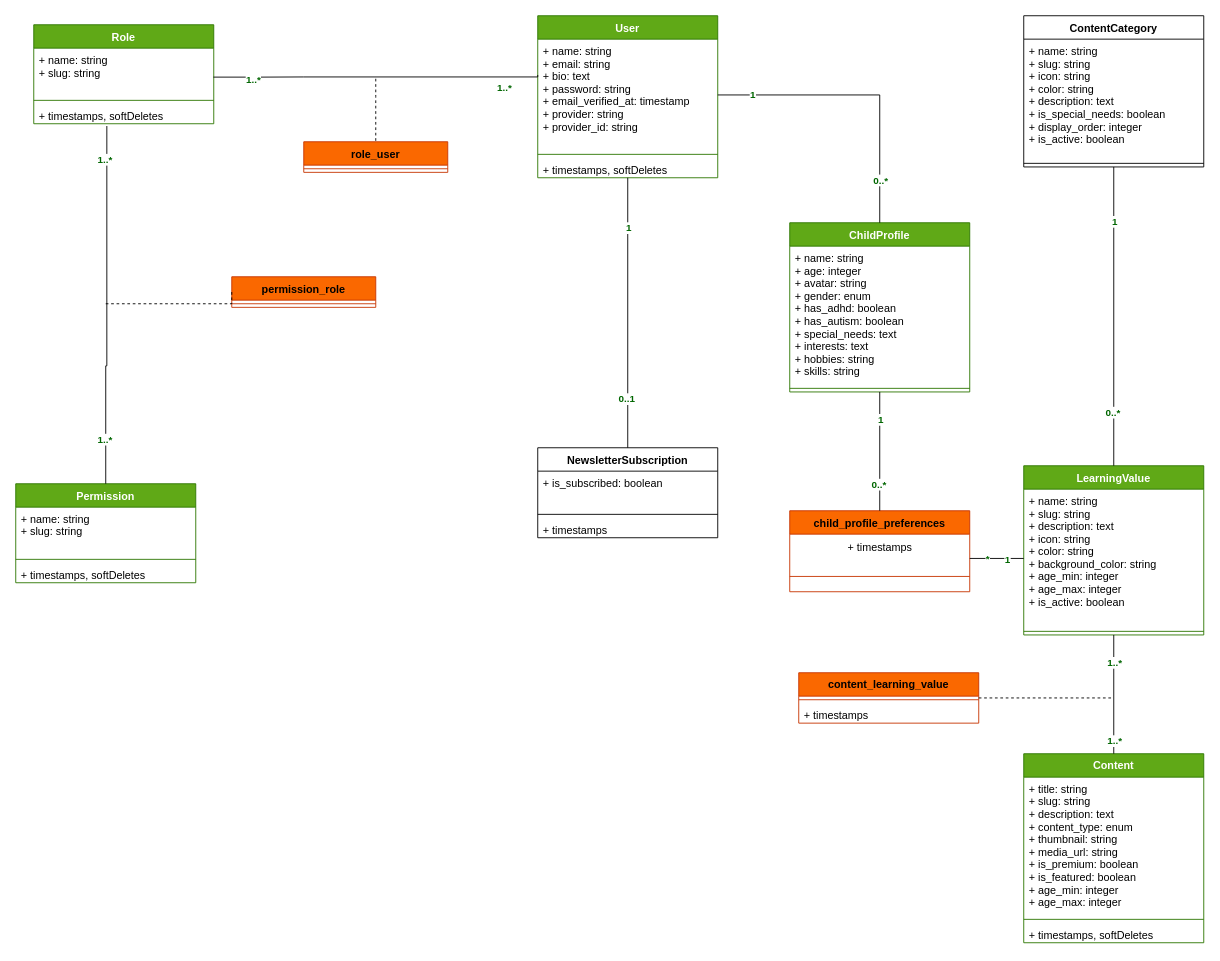
Earlier version of the draw.io diagram page "Class Diagram" (1 of 2) of UML/class.drawio (ettaoussiilyas/KidsGuard). Source tidied: cells renumbered, new cells numbered last; positions are measured from the earlier drawing's top-left corner, leaving out a move shared by most shapes. Both pictures are drawn from the tidied source at 90%, with x=0, y=0 at pixel (15, 15).
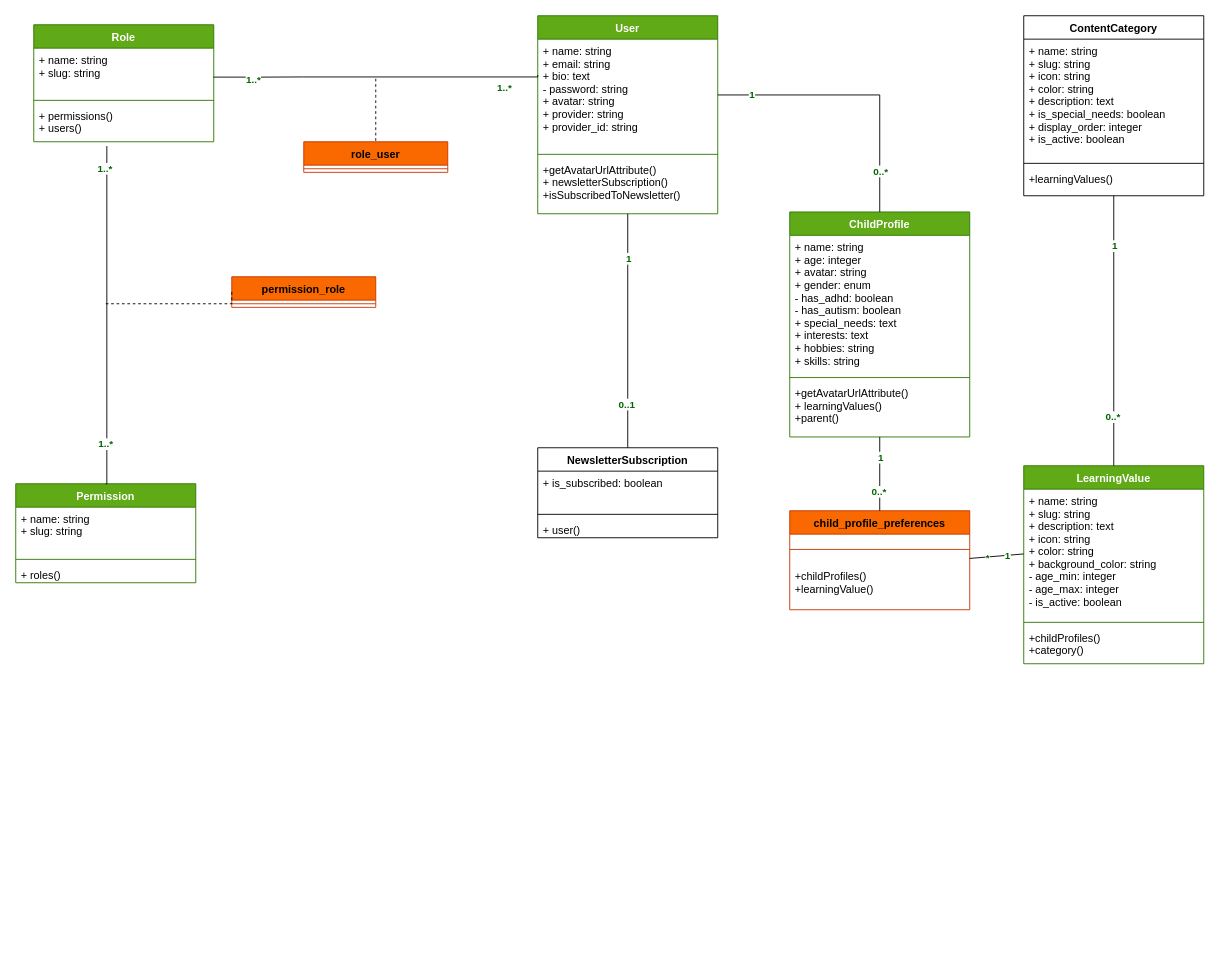
The same diagram, later.

Commit message (it also covers changes not shown here):
making some change on diagrammes of class and also usecase

The change refers to these unchanged cells:
```xml
<mxCell id="10" value="Permission" style="swimlane;fontStyle=1;align=center;verticalAlign=top;horizontal=1;startSize=26;fillColor=#60a917;strokeColor=#2D7600;fontColor=#ffffff;" parent="1" vertex="1">
  <mxGeometry y="520" width="200" height="110" as="geometry" />
</mxCell>
<mxCell id="23" value="NewsletterSubscription" style="swimlane;fontStyle=1;align=center;verticalAlign=top;horizontal=1;startSize=26;" parent="1" vertex="1">
  <mxGeometry x="580" y="480" width="200" height="100" as="geometry" />
</mxCell>
```

Change to the diagram source:
```diff
@@
     <mxCell id="2" value="User" style="swimlane;fontStyle=1;align=center;verticalAlign=top;horizontal=1;startSize=26;fillColor=#60a917;fontColor=#ffffff;strokeColor=#2D7600;" parent="1" vertex="1">
-      <mxGeometry x="580" width="200" height="180" as="geometry" />
+      <mxGeometry x="580" width="200" height="220" as="geometry" />
     </mxCell>
-    <mxCell id="3" value="+ name: string&#10;+ email: string&#10;+ bio: text&#10;+ password: string&#10;+ email_verified_at: timestamp&#10;+ provider: string&#10;+ provider_id: string" style="text;align=left;verticalAlign=top;spacingLeft=4;spacingRight=4;overflow=hidden;points=[[0,0.5],[1,0.5]];portConstraint=eastwest;" parent="2" vertex="1">
+    <mxCell id="3" value="+ name: string&#10;+ email: string&#10;+ bio: text&#10;- password: string&#10;+ avatar: string&#10;+ provider: string&#10;+ provider_id: string" style="text;align=left;verticalAlign=top;spacingLeft=4;spacingRight=4;overflow=hidden;points=[[0,0.5],[1,0.5]];portConstraint=eastwest;" parent="2" vertex="1">
       <mxGeometry y="26" width="200" height="124" as="geometry" />
     </mxCell>
@@
-    <mxCell id="5" value="+ timestamps, softDeletes" style="text;strokeColor=none;fillColor=none;align=left;verticalAlign=top;spacingLeft=4;spacingRight=4;overflow=hidden;" parent="2" vertex="1">
-      <mxGeometry y="158" width="200" height="22" as="geometry" />
+    <mxCell id="5" value="+getAvatarUrlAttribute()&#10;+ newsletterSubscription()&#10;+isSubscribedToNewsletter()" style="text;strokeColor=none;fillColor=none;align=left;verticalAlign=top;spacingLeft=4;spacingRight=4;overflow=hidden;" parent="2" vertex="1">
+      <mxGeometry y="158" width="200" height="62" as="geometry" />
     </mxCell>
     <mxCell id="6" value="Role" style="swimlane;fontStyle=1;align=center;verticalAlign=top;horizontal=1;startSize=26;fillColor=#60a917;strokeColor=#2D7600;fontColor=#ffffff;" parent="1" vertex="1">
-      <mxGeometry x="20" y="10" width="200" height="110" as="geometry" />
+      <mxGeometry x="20" y="10" width="200" height="130" as="geometry" />
     </mxCell>
@@
-    <mxCell id="9" value="+ timestamps, softDeletes" style="text;strokeColor=none;fillColor=none;align=left;verticalAlign=top;spacingLeft=4;spacingRight=4;overflow=hidden;points=[[0,0.5],[1,0.5]];portConstraint=eastwest;" parent="6" vertex="1">
-      <mxGeometry y="88" width="200" height="22" as="geometry" />
+    <mxCell id="9" value="+ permissions()&#10;+ users()" style="text;strokeColor=none;fillColor=none;align=left;verticalAlign=top;spacingLeft=4;spacingRight=4;overflow=hidden;points=[[0,0.5],[1,0.5]];portConstraint=eastwest;" parent="6" vertex="1">
+      <mxGeometry y="88" width="200" height="42" as="geometry" />
     </mxCell>
@@
-    <mxCell id="13" value="+ timestamps, softDeletes" style="text;strokeColor=none;fillColor=none;align=left;verticalAlign=top;spacingLeft=4;spacingRight=4;overflow=hidden;" parent="10" vertex="1">
+    <mxCell id="13" value="+ roles()" style="text;strokeColor=none;fillColor=none;align=left;verticalAlign=top;spacingLeft=4;spacingRight=4;overflow=hidden;" parent="10" vertex="1">
       <mxGeometry y="88" width="200" height="22" as="geometry" />
     </mxCell>
     <mxCell id="14" value="ChildProfile" style="swimlane;fontStyle=1;align=center;verticalAlign=top;horizontal=1;startSize=26;fillColor=#60a917;fontColor=#ffffff;strokeColor=#2D7600;" parent="1" vertex="1">
-      <mxGeometry x="860" y="230" width="200" height="188" as="geometry" />
+      <mxGeometry x="860" y="218" width="200" height="250" as="geometry" />
     </mxCell>
-    <mxCell id="15" value="+ name: string&#10;+ age: integer&#10;+ avatar: string&#10;+ gender: enum&#10;+ has_adhd: boolean&#10;+ has_autism: boolean&#10;+ special_needs: text&#10;+ interests: text&#10;+ hobbies: string&#10;+ skills: string" style="text;strokeColor=none;fillColor=none;align=left;verticalAlign=top;spacingLeft=4;spacingRight=4;overflow=hidden;" parent="14" vertex="1">
+    <mxCell id="15" value="+ name: string&#10;+ age: integer&#10;+ avatar: string&#10;+ gender: enum&#10;- has_adhd: boolean&#10;- has_autism: boolean&#10;+ special_needs: text&#10;+ interests: text&#10;+ hobbies: string&#10;+ skills: string" style="text;strokeColor=none;fillColor=none;align=left;verticalAlign=top;spacingLeft=4;spacingRight=4;overflow=hidden;" parent="14" vertex="1">
       <mxGeometry y="26" width="200" height="154" as="geometry" />
     </mxCell>
@@
+    <mxCell id="69" value="+getAvatarUrlAttribute()&#10;+ learningValues()&#10;+parent()" style="text;strokeColor=none;fillColor=none;align=left;verticalAlign=top;spacingLeft=4;spacingRight=4;overflow=hidden;" parent="14" vertex="1">
+      <mxGeometry y="188" width="200" height="62" as="geometry" />
+    </mxCell>
     <mxCell id="17" value="ContentCategory" style="swimlane;fontStyle=1;align=center;verticalAlign=top;horizontal=1;startSize=26;" parent="1" vertex="1">
-      <mxGeometry x="1120" width="200" height="168" as="geometry" />
+      <mxGeometry x="1120" width="200" height="200" as="geometry" />
     </mxCell>
@@
+    <mxCell id="70" value="+learningValues()" style="text;strokeColor=none;fillColor=none;align=left;verticalAlign=top;spacingLeft=4;spacingRight=4;overflow=hidden;" parent="17" vertex="1">
+      <mxGeometry y="168" width="200" height="32" as="geometry" />
+    </mxCell>
     <mxCell id="20" value="LearningValue" style="swimlane;fontStyle=1;align=center;verticalAlign=top;horizontal=1;startSize=26;fillColor=#60a917;strokeColor=#2D7600;fontColor=#ffffff;" parent="1" vertex="1">
-      <mxGeometry x="1120" y="500" width="200" height="188" as="geometry" />
+      <mxGeometry x="1120" y="500" width="200" height="220" as="geometry" />
     </mxCell>
-    <mxCell id="21" value="+ name: string&#10;+ slug: string&#10;+ description: text&#10;+ icon: string&#10;+ color: string&#10;+ background_color: string&#10;+ age_min: integer&#10;+ age_max: integer&#10;+ is_active: boolean" style="text;strokeColor=none;fillColor=none;align=left;verticalAlign=top;spacingLeft=4;spacingRight=4;overflow=hidden;points=[[0,0.5],[1,0.5]];portConstraint=eastwest;" parent="20" vertex="1">
-      <mxGeometry y="26" width="200" height="154" as="geometry" />
+    <mxCell id="21" value="+ name: string&#10;+ slug: string&#10;+ description: text&#10;+ icon: string&#10;+ color: string&#10;+ background_color: string&#10;- age_min: integer&#10;- age_max: integer&#10;- is_active: boolean" style="text;strokeColor=none;fillColor=none;align=left;verticalAlign=top;spacingLeft=4;spacingRight=4;overflow=hidden;points=[[0,0.5],[1,0.5]];portConstraint=eastwest;" parent="20" vertex="1">
+      <mxGeometry y="26" width="200" height="144" as="geometry" />
     </mxCell>
     <mxCell id="22" style="line;strokeWidth=1;fillColor=none;align=left;verticalAlign=middle;spacingTop=-1;spacingLeft=3;spacingRight=3;labelPosition=right;strokeColor=inherit;" parent="20" vertex="1">
-      <mxGeometry y="180" width="200" height="8" as="geometry" />
+      <mxGeometry y="170" width="200" height="8" as="geometry" />
     </mxCell>
+    <mxCell id="71" value="+childProfiles()&#10;+category()&#10;" style="text;strokeColor=none;fillColor=none;align=left;verticalAlign=top;spacingLeft=4;spacingRight=4;overflow=hidden;" parent="20" vertex="1">
+      <mxGeometry y="178" width="200" height="42" as="geometry" />
+    </mxCell>
@@
-    <mxCell id="26" value="+ timestamps" style="text;strokeColor=none;fillColor=none;align=left;verticalAlign=top;spacingLeft=4;spacingRight=4;overflow=hidden;" parent="23" vertex="1">
+    <mxCell id="26" value="+ user()" style="text;strokeColor=none;fillColor=none;align=left;verticalAlign=top;spacingLeft=4;spacingRight=4;overflow=hidden;" parent="23" vertex="1">
       <mxGeometry y="78" width="200" height="22" as="geometry" />
     </mxCell>
@@
     <mxCell id="31" value="child_profile_preferences" style="swimlane;fontStyle=1;align=center;verticalAlign=top;horizontal=1;startSize=26;fillColor=#fa6800;fontColor=#000000;strokeColor=#C73500;" parent="1" vertex="1">
-      <mxGeometry x="860" y="550" width="200" height="90" as="geometry" />
+      <mxGeometry x="860" y="550" width="200" height="110" as="geometry" />
     </mxCell>
-    <mxCell id="32" value="+ timestamps" style="text;html=1;align=center;verticalAlign=middle;strokeColor=none;fillColor=none;" parent="31" vertex="1">
-      <mxGeometry y="26" width="200" height="30" as="geometry" />
-    </mxCell>
     <mxCell id="33" style="line;strokeWidth=1;fillColor=none;align=left;verticalAlign=middle;spacingTop=-1;spacingLeft=3;spacingRight=3;labelPosition=right;strokeColor=inherit;" parent="31" vertex="1">
-      <mxGeometry y="56" width="200" height="34" as="geometry" />
+      <mxGeometry y="26" width="200" height="34" as="geometry" />
     </mxCell>
+    <mxCell id="72" value="+childProfiles()&#10;+learningValue()&#10;" style="text;strokeColor=none;fillColor=none;align=left;verticalAlign=top;spacingLeft=4;spacingRight=4;overflow=hidden;" parent="31" vertex="1">
+      <mxGeometry y="60" width="200" height="50" as="geometry" />
+    </mxCell>
@@
     <mxCell id="38" style="endArrow=none;html=1;rounded=0;exitX=0.5;exitY=0;exitDx=0;exitDy=0;edgeStyle=orthogonalEdgeStyle;entryX=0.406;entryY=1.115;entryDx=0;entryDy=0;entryPerimeter=0;" parent="1" edge="1" source="10" target="9">
       <mxGeometry relative="1" as="geometry">
         <Array as="points">
-          <mxPoint x="100" y="389" />
-          <mxPoint x="101" y="389" />
+          <mxPoint x="101" y="520" />
         </Array>
       </mxGeometry>
     </mxCell>
@@
-    <mxCell id="55" value="Content" style="swimlane;fontStyle=1;align=center;verticalAlign=top;horizontal=1;startSize=26;fillColor=#60a917;strokeColor=#2D7600;fontColor=#ffffff;" parent="1" vertex="1">
-      <mxGeometry x="1120" y="820" width="200" height="210" as="geometry" />
-    </mxCell>
-    <mxCell id="56" value="+ title: string&#10;+ slug: string&#10;+ description: text&#10;+ content_type: enum&#10;+ thumbnail: string&#10;+ media_url: string&#10;+ is_premium: boolean&#10;+ is_featured: boolean&#10;+ age_min: integer&#10;+ age_max: integer" style="text;strokeColor=none;fillColor=none;align=left;verticalAlign=top;spacingLeft=4;spacingRight=4;overflow=hidden;" parent="55" vertex="1">
-      <mxGeometry y="26" width="200" height="154" as="geometry" />
-    </mxCell>
-    <mxCell id="57" style="line;strokeWidth=1;fillColor=none;align=left;verticalAlign=middle;spacingTop=-1;spacingLeft=3;spacingRight=3;labelPosition=right;strokeColor=inherit;" parent="55" vertex="1">
-      <mxGeometry y="180" width="200" height="8" as="geometry" />
-    </mxCell>
-    <mxCell id="58" value="+ timestamps, softDeletes" style="text;strokeColor=none;fillColor=none;align=left;verticalAlign=top;spacingLeft=4;spacingRight=4;overflow=hidden;" parent="55" vertex="1">
-      <mxGeometry y="188" width="200" height="22" as="geometry" />
-    </mxCell>
-    <mxCell id="59" value="content_learning_value" style="swimlane;fontStyle=1;align=center;verticalAlign=top;horizontal=1;startSize=26;fillColor=#fa6800;strokeColor=#C73500;fontColor=#000000;" parent="1" vertex="1">
-      <mxGeometry x="870" y="730" width="200" height="56" as="geometry" />
-    </mxCell>
-    <mxCell id="60" style="line;strokeWidth=1;fillColor=none;align=left;verticalAlign=middle;spacingTop=-1;spacingLeft=3;spacingRight=3;labelPosition=right;strokeColor=inherit;" parent="59" vertex="1">
-      <mxGeometry y="26" width="200" height="8" as="geometry" />
-    </mxCell>
-    <mxCell id="61" value="+ timestamps" style="text;strokeColor=none;fillColor=none;align=left;verticalAlign=top;spacingLeft=4;spacingRight=4;overflow=hidden;" parent="59" vertex="1">
-      <mxGeometry y="34" width="200" height="22" as="geometry" />
-    </mxCell>
-    <mxCell id="62" style="endArrow=none;html=1;rounded=0;exitX=0.5;exitY=1;exitDx=0;exitDy=0;entryX=0.5;entryY=0;entryDx=0;entryDy=0;" parent="1" edge="1" source="20" target="55">
-      <mxGeometry relative="1" as="geometry" />
-    </mxCell>
-    <mxCell id="63" value="1..*" style="edgeLabel;html=1;align=center;verticalAlign=middle;fontColor=#006600;fontStyle=1;" parent="62" vertex="1">
-      <mxGeometry x="-0.7" y="1" relative="1" as="geometry">
-        <mxPoint x="-1" y="10" as="offset" />
-      </mxGeometry>
-    </mxCell>
@@
     <mxCell id="65" value="1..*" style="edgeLabel;html=1;align=center;verticalAlign=middle;fontColor=#006600;fontStyle=1;" parent="1" vertex="1">
-      <mxGeometry x="108" y="480" as="geometry">
+      <mxGeometry x="108" y="490" as="geometry">
         <mxPoint x="-10" y="-321" as="offset" />
       </mxGeometry>
     </mxCell>
@@
-    <mxCell id="67" value="1..*" style="edgeLabel;html=1;align=center;verticalAlign=middle;fontColor=#006600;fontStyle=1;" parent="1" vertex="1">
-      <mxGeometry x="1230" y="728" as="geometry">
-        <mxPoint x="-10" y="77" as="offset" />
-      </mxGeometry>
-    </mxCell>
-    <mxCell id="68" style="endArrow=none;html=1;rounded=0;edgeStyle=orthogonalEdgeStyle;dashed=1;exitX=1;exitY=0.5;exitDx=0;exitDy=0;" parent="1" edge="1" source="59">
-      <mxGeometry relative="1" as="geometry">
-        <mxPoint x="1220" y="758" as="targetPoint" />
-        <Array as="points">
-          <mxPoint x="1180" y="758" />
-          <mxPoint x="1180" y="758" />
-        </Array>
-      </mxGeometry>
-    </mxCell>
```
